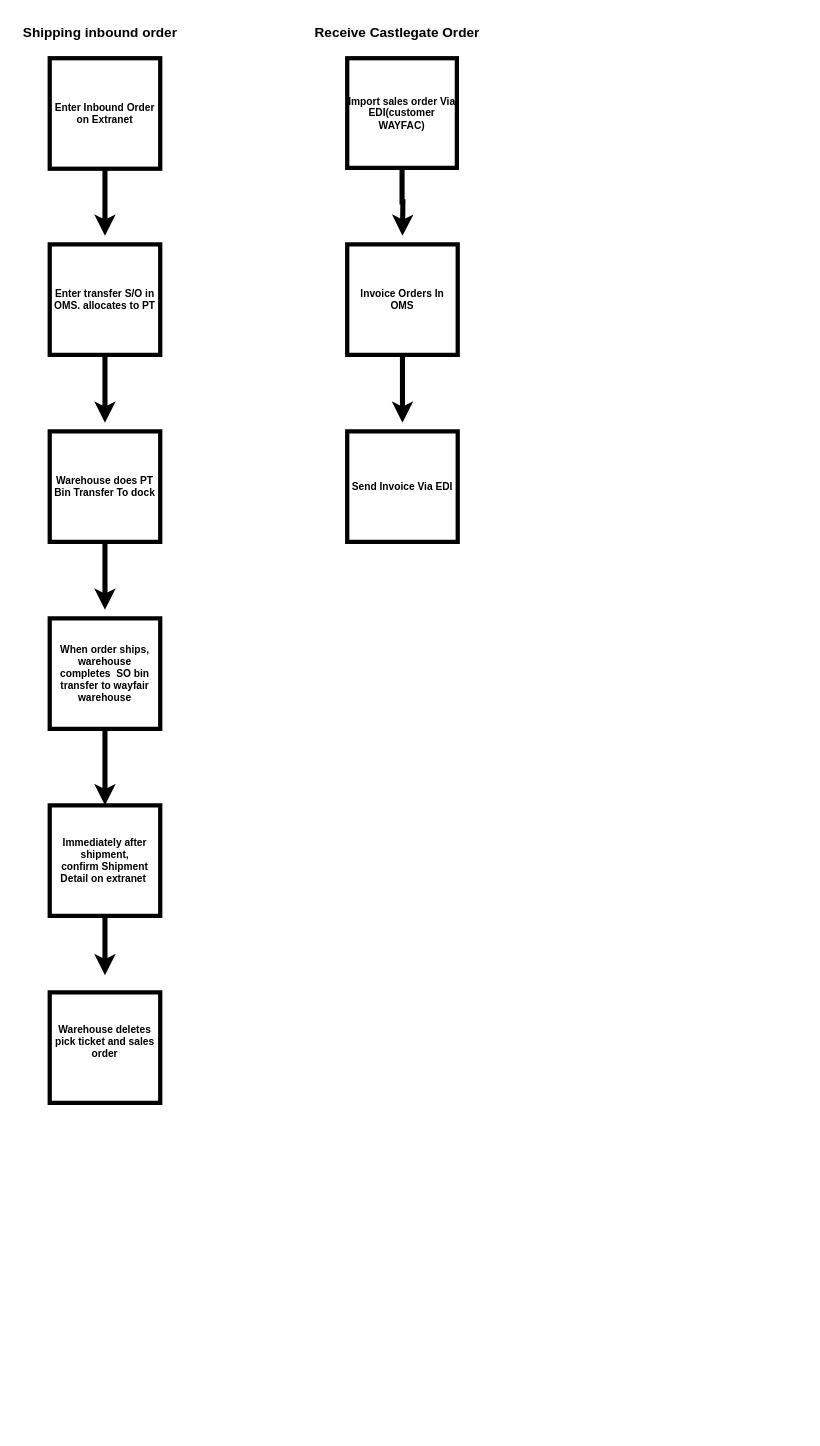
The draw.io diagram Untitled Diagram.drawio in jimenezprogrammer/To-Do-list, before the edit. Source tidied: cells renumbered, new cells numbered last; positions are measured from the earlier drawing's top-left corner, leaving out a move shared by most shapes. Both pictures are drawn from the tidied source at 85%, with x=0, y=0 at pixel (14, 19).
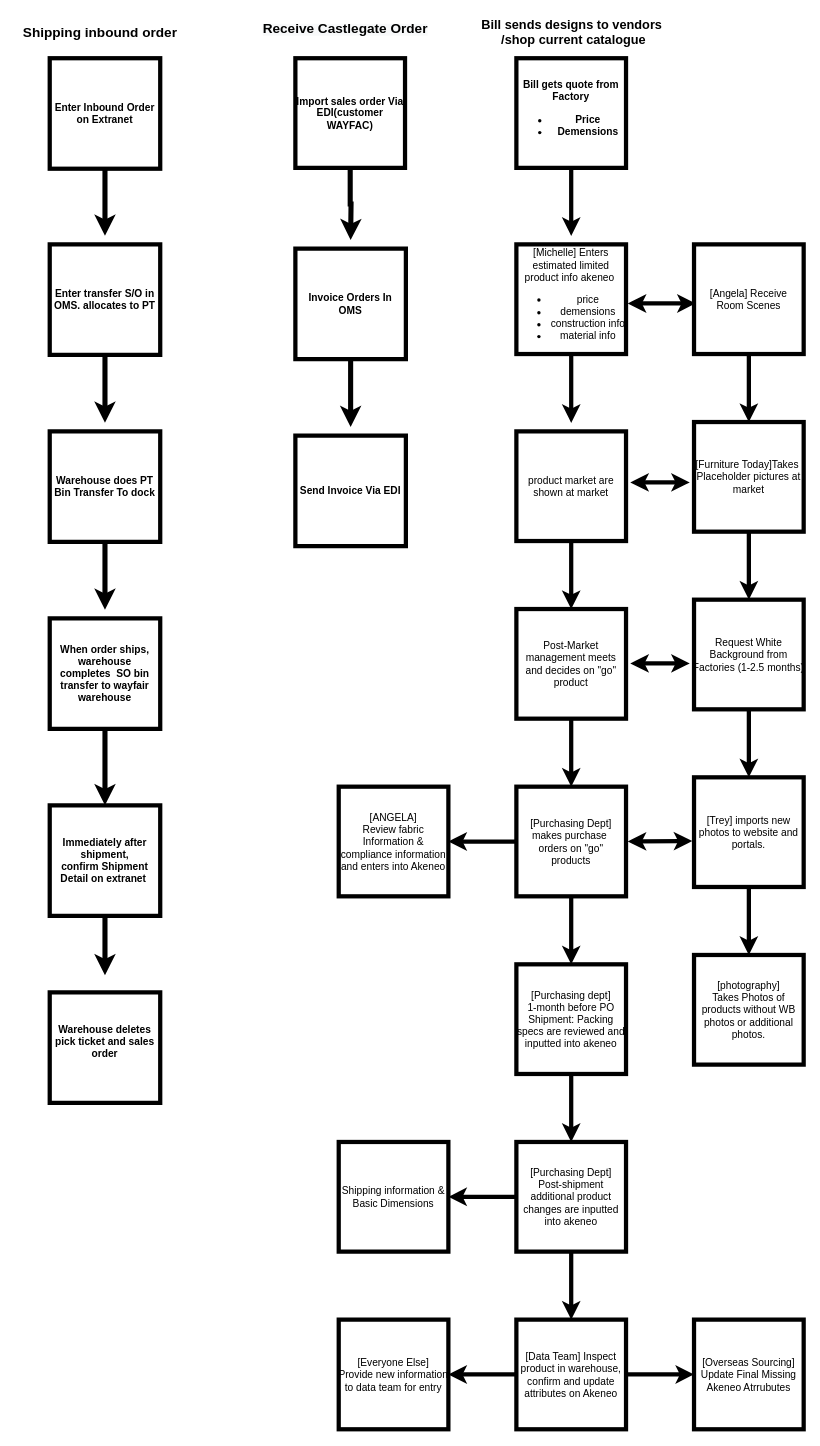
The same diagram, later.

What changed in the source:
```diff
@@
     <mxCell id="5" value="&lt;span style=&quot;text-align: center ; text-indent: 0px ; background-color: rgb(248 , 249 , 250)&quot;&gt;&lt;font&gt;&lt;font face=&quot;helvetica&quot;&gt;&lt;span style=&quot;font-size: 16px&quot;&gt;&lt;b&gt;Receive&lt;/b&gt;&lt;/span&gt;&lt;/font&gt;&lt;b style=&quot;color: rgb(0 , 0 , 0) ; font-family: &amp;#34;helvetica&amp;#34; ; font-size: 16px ; font-style: normal ; letter-spacing: normal ; text-transform: none ; word-spacing: 0px&quot;&gt;&amp;nbsp;&lt;/b&gt;&lt;font face=&quot;helvetica&quot;&gt;&lt;span style=&quot;font-size: 16px&quot;&gt;&lt;b&gt;Castlegate&lt;/b&gt;&lt;/span&gt;&lt;/font&gt;&lt;b style=&quot;color: rgb(0 , 0 , 0) ; font-family: &amp;#34;helvetica&amp;#34; ; font-size: 16px ; font-style: normal ; letter-spacing: normal ; text-transform: none ; word-spacing: 0px&quot;&gt;&amp;nbsp;Order&lt;/b&gt;&lt;/font&gt;&lt;/span&gt;" style="text;whiteSpace=wrap;html=1;" parent="1" vertex="1">
-      <mxGeometry x="351" width="210" height="30" as="geometry" />
+      <mxGeometry x="289.5" y="-5" width="210" height="30" as="geometry" />
     </mxCell>
     <mxCell id="6" style="edgeStyle=orthogonalEdgeStyle;rounded=0;jettySize=auto;html=1;exitX=0.5;exitY=1;exitDx=0;exitDy=0;strokeWidth=6;" parent="1" edge="1" source="7">
       <mxGeometry relative="1" as="geometry">
-        <mxPoint x="456" y="255" as="targetPoint" />
+        <mxPoint x="395" y="260" as="targetPoint" />
       </mxGeometry>
     </mxCell>
     <mxCell id="7" value="&lt;b&gt;Import sales order Via EDI(customer WAYFAC)&lt;/b&gt;" style="whiteSpace=wrap;html=1;strokeWidth=5;align=center;" parent="1" vertex="1">
-      <mxGeometry x="391" y="46" width="129" height="129" as="geometry" />
+      <mxGeometry x="330" y="46" width="129" height="129" as="geometry" />
     </mxCell>
     <mxCell id="8" style="edgeStyle=orthogonalEdgeStyle;rounded=0;jettySize=auto;html=1;exitX=0.5;exitY=1;exitDx=0;exitDy=0;strokeWidth=6;" parent="1" edge="1" source="9">
       <mxGeometry relative="1" as="geometry">
-        <mxPoint x="456" y="475" as="targetPoint" />
+        <mxPoint x="395" y="480" as="targetPoint" />
       </mxGeometry>
     </mxCell>
     <mxCell id="9" value="&lt;b&gt;Invoice Orders In OMS&lt;/b&gt;" style="whiteSpace=wrap;html=1;strokeWidth=5;" parent="1" vertex="1">
-      <mxGeometry x="391" y="265" width="130" height="130" as="geometry" />
+      <mxGeometry x="330" y="270" width="130" height="130" as="geometry" />
     </mxCell>
@@
     <mxCell id="14" value="&lt;b&gt;Send Invoice Via EDI&lt;/b&gt;" style="whiteSpace=wrap;html=1;strokeWidth=5;" parent="1" vertex="1">
-      <mxGeometry x="391" y="485" width="130" height="130" as="geometry" />
+      <mxGeometry x="330" y="490" width="130" height="130" as="geometry" />
     </mxCell>
@@
+    <mxCell id="20" style="edgeStyle=orthogonalEdgeStyle;rounded=0;jettySize=auto;html=1;jumpSize=6;strokeWidth=5;" parent="1" edge="1" source="21">
+      <mxGeometry relative="1" as="geometry">
+        <mxPoint x="654.5" y="255" as="targetPoint" />
+      </mxGeometry>
+    </mxCell>
+    <mxCell id="21" value="&lt;b&gt;Bill gets quote from Factory&lt;br&gt;&lt;ul&gt;&lt;li&gt;&lt;b&gt;Price&lt;/b&gt;&lt;/li&gt;&lt;li&gt;&lt;b&gt;Demensions&lt;/b&gt;&lt;/li&gt;&lt;/ul&gt;&lt;/b&gt;" style="whiteSpace=wrap;html=1;strokeWidth=5;align=center;spacing=1;" parent="1" vertex="1">
+      <mxGeometry x="590" y="46" width="129" height="129" as="geometry" />
+    </mxCell>
+    <mxCell id="22" value="&lt;b style=&quot;font-size: 15px&quot;&gt;Bill sends designs to vendors&lt;br&gt;&amp;nbsp;/shop&amp;nbsp;current catalogue&lt;/b&gt;" style="text;html=1;align=center;verticalAlign=middle;" parent="1" vertex="1">
+      <mxGeometry x="539.5" y="-5" width="230" height="40" as="geometry" />
+    </mxCell>
+    <mxCell id="23" style="edgeStyle=orthogonalEdgeStyle;rounded=0;jumpSize=6;jettySize=auto;html=1;strokeWidth=5;" parent="1" edge="1" source="24">
+      <mxGeometry relative="1" as="geometry">
+        <mxPoint x="654.5" y="475" as="targetPoint" />
+      </mxGeometry>
+    </mxCell>
+    <mxCell id="24" value="[Michelle] Enters estimated limited product info akeneo&amp;nbsp;&lt;br&gt;&lt;ul&gt;&lt;li&gt;price&lt;/li&gt;&lt;li&gt;demensions&lt;/li&gt;&lt;li&gt;construction info&lt;/li&gt;&lt;li&gt;material info&lt;/li&gt;&lt;/ul&gt;" style="html=1;strokeWidth=5;align=center;labelPosition=center;verticalLabelPosition=middle;verticalAlign=middle;whiteSpace=wrap;spacing=0;" parent="1" vertex="1">
+      <mxGeometry x="590" y="265" width="129" height="129" as="geometry" />
+    </mxCell>
+    <mxCell id="25" style="edgeStyle=orthogonalEdgeStyle;rounded=0;jumpSize=6;jettySize=auto;html=1;strokeWidth=5;" parent="1" edge="1" source="26" target="28">
+      <mxGeometry relative="1" as="geometry" />
+    </mxCell>
+    <mxCell id="26" value="product market are shown at market" style="whiteSpace=wrap;html=1;strokeWidth=5;align=center;spacing=1;" parent="1" vertex="1">
+      <mxGeometry x="590" y="485" width="129" height="129" as="geometry" />
+    </mxCell>
+    <mxCell id="27" style="edgeStyle=orthogonalEdgeStyle;rounded=0;jumpSize=6;jettySize=auto;html=1;strokeWidth=5;" parent="1" edge="1" source="28" target="31">
+      <mxGeometry relative="1" as="geometry" />
+    </mxCell>
+    <mxCell id="28" value="Post-Market management meets and decides on &quot;go&quot; product" style="whiteSpace=wrap;html=1;strokeWidth=5;align=center;spacing=1;" parent="1" vertex="1">
+      <mxGeometry x="590" y="694" width="129" height="129" as="geometry" />
+    </mxCell>
+    <mxCell id="29" style="edgeStyle=orthogonalEdgeStyle;rounded=0;jumpSize=6;jettySize=auto;html=1;strokeWidth=5;" parent="1" edge="1" source="31" target="33">
+      <mxGeometry relative="1" as="geometry" />
+    </mxCell>
+    <mxCell id="30" style="edgeStyle=orthogonalEdgeStyle;rounded=0;jumpSize=6;jettySize=auto;html=1;strokeWidth=5;" parent="1" edge="1" source="31" target="34">
+      <mxGeometry relative="1" as="geometry" />
+    </mxCell>
+    <mxCell id="31" value="[Purchasing Dept]&lt;br&gt;makes purchase&amp;nbsp;&lt;br&gt;orders on &quot;go&quot;&lt;br&gt;products" style="whiteSpace=wrap;html=1;strokeWidth=5;align=center;spacing=1;" parent="1" vertex="1">
+      <mxGeometry x="590" y="903" width="129" height="129" as="geometry" />
+    </mxCell>
+    <mxCell id="32" style="edgeStyle=orthogonalEdgeStyle;rounded=0;jumpSize=6;jettySize=auto;html=1;strokeWidth=5;" parent="1" edge="1" source="33" target="45">
+      <mxGeometry relative="1" as="geometry" />
+    </mxCell>
+    <mxCell id="33" value="[Purchasing dept]&lt;br&gt;1-month before PO&lt;br&gt;Shipment: Packing specs are reviewed and inputted into akeneo" style="whiteSpace=wrap;html=1;strokeWidth=5;align=center;spacing=1;" parent="1" vertex="1">
+      <mxGeometry x="590" y="1112" width="129" height="129" as="geometry" />
+    </mxCell>
+    <mxCell id="34" value="[ANGELA]&lt;br&gt;Review fabric Information &amp;amp; compliance information and enters into Akeneo" style="whiteSpace=wrap;html=1;strokeWidth=5;align=center;spacing=1;" parent="1" vertex="1">
+      <mxGeometry x="381" y="903" width="129" height="129" as="geometry" />
+    </mxCell>
+    <mxCell id="35" style="edgeStyle=orthogonalEdgeStyle;rounded=0;jumpSize=6;jettySize=auto;html=1;strokeWidth=5;" parent="1" edge="1" source="36" target="38">
+      <mxGeometry relative="1" as="geometry" />
+    </mxCell>
+    <mxCell id="36" value="[Angela] Receive&lt;br&gt;Room Scenes" style="html=1;strokeWidth=5;align=center;labelPosition=center;verticalLabelPosition=middle;verticalAlign=middle;whiteSpace=wrap;spacing=0;" parent="1" vertex="1">
+      <mxGeometry x="799" y="265" width="129" height="129" as="geometry" />
+    </mxCell>
+    <mxCell id="37" style="edgeStyle=orthogonalEdgeStyle;rounded=0;jumpSize=6;jettySize=auto;html=1;strokeWidth=5;" parent="1" edge="1" source="38" target="40">
+      <mxGeometry relative="1" as="geometry" />
+    </mxCell>
+    <mxCell id="38" value="[Furniture Today]Takes&amp;nbsp;&lt;br&gt;Placeholder pictures at market" style="html=1;strokeWidth=5;align=center;labelPosition=center;verticalLabelPosition=middle;verticalAlign=middle;whiteSpace=wrap;spacing=0;" parent="1" vertex="1">
+      <mxGeometry x="799" y="474" width="129" height="129" as="geometry" />
+    </mxCell>
+    <mxCell id="39" style="edgeStyle=orthogonalEdgeStyle;rounded=0;jumpSize=6;jettySize=auto;html=1;strokeWidth=5;" parent="1" edge="1" source="40" target="42">
+      <mxGeometry relative="1" as="geometry" />
+    </mxCell>
+    <mxCell id="40" value="Request White Background from Factories (1-2.5 months)" style="html=1;strokeWidth=5;align=center;labelPosition=center;verticalLabelPosition=middle;verticalAlign=middle;whiteSpace=wrap;spacing=0;" parent="1" vertex="1">
+      <mxGeometry x="799" y="683" width="129" height="129" as="geometry" />
+    </mxCell>
+    <mxCell id="41" style="edgeStyle=orthogonalEdgeStyle;rounded=0;jumpSize=6;jettySize=auto;html=1;strokeWidth=5;" parent="1" edge="1" source="42" target="49">
+      <mxGeometry relative="1" as="geometry" />
+    </mxCell>
+    <mxCell id="42" value="[Trey] imports new photos to website and portals." style="html=1;strokeWidth=5;align=center;labelPosition=center;verticalLabelPosition=middle;verticalAlign=middle;whiteSpace=wrap;spacing=0;" parent="1" vertex="1">
+      <mxGeometry x="799" y="892" width="129" height="129" as="geometry" />
+    </mxCell>
+    <mxCell id="43" style="edgeStyle=orthogonalEdgeStyle;rounded=0;jumpSize=6;jettySize=auto;html=1;strokeWidth=5;" parent="1" edge="1" source="45" target="48">
+      <mxGeometry relative="1" as="geometry" />
+    </mxCell>
+    <mxCell id="44" style="edgeStyle=orthogonalEdgeStyle;rounded=0;jumpSize=6;jettySize=auto;html=1;strokeWidth=5;" parent="1" edge="1" source="45" target="52">
+      <mxGeometry relative="1" as="geometry" />
+    </mxCell>
+    <mxCell id="45" value="[Purchasing Dept]&lt;br&gt;Post-shipment additional product changes are inputted into akeneo" style="whiteSpace=wrap;html=1;strokeWidth=5;align=center;spacing=1;" parent="1" vertex="1">
+      <mxGeometry x="590" y="1321" width="129" height="129" as="geometry" />
+    </mxCell>
+    <mxCell id="46" style="edgeStyle=orthogonalEdgeStyle;rounded=0;jumpSize=6;jettySize=auto;html=1;strokeWidth=5;" parent="1" edge="1" source="48" target="50">
+      <mxGeometry relative="1" as="geometry" />
+    </mxCell>
+    <mxCell id="47" style="edgeStyle=orthogonalEdgeStyle;rounded=0;jumpSize=6;jettySize=auto;html=1;strokeWidth=5;" parent="1" edge="1" source="48" target="51">
+      <mxGeometry relative="1" as="geometry" />
+    </mxCell>
+    <mxCell id="48" value="[Data Team] Inspect product in warehouse, confirm and update attributes on Akeneo" style="whiteSpace=wrap;html=1;strokeWidth=5;align=center;spacing=1;" parent="1" vertex="1">
+      <mxGeometry x="590" y="1530" width="129" height="129" as="geometry" />
+    </mxCell>
+    <mxCell id="49" value="[photography]&lt;br&gt;Takes Photos of products without WB photos or additional photos." style="html=1;strokeWidth=5;align=center;labelPosition=center;verticalLabelPosition=middle;verticalAlign=middle;whiteSpace=wrap;spacing=0;" parent="1" vertex="1">
+      <mxGeometry x="799" y="1101" width="129" height="129" as="geometry" />
+    </mxCell>
+    <mxCell id="50" value="[Everyone Else]&lt;br&gt;Provide new information to data team for entry" style="whiteSpace=wrap;html=1;strokeWidth=5;align=center;spacing=1;" parent="1" vertex="1">
+      <mxGeometry x="381" y="1530" width="129" height="129" as="geometry" />
+    </mxCell>
+    <mxCell id="51" value="[Overseas Sourcing]&lt;br&gt;Update Final Missing Akeneo Atrrubutes" style="whiteSpace=wrap;html=1;strokeWidth=5;align=center;spacing=1;" parent="1" vertex="1">
+      <mxGeometry x="799" y="1530" width="129" height="129" as="geometry" />
+    </mxCell>
+    <mxCell id="52" value="Shipping information &amp;amp; Basic Dimensions" style="whiteSpace=wrap;html=1;strokeWidth=5;align=center;spacing=1;" parent="1" vertex="1">
+      <mxGeometry x="381" y="1321" width="129" height="129" as="geometry" />
+    </mxCell>
+    <mxCell id="53" style="endArrow=classic;startArrow=classic;html=1;strokeWidth=5;exitX=1;exitY=0.5;exitDx=0;exitDy=0;entryX=-0.016;entryY=0.581;entryDx=0;entryDy=0;entryPerimeter=0;" parent="1" edge="1" target="42">
+      <mxGeometry relative="1" as="geometry">
+        <mxPoint x="721" y="967.5" as="sourcePoint" />
+      </mxGeometry>
+    </mxCell>
+    <mxCell id="54" style="endArrow=classic;startArrow=classic;html=1;strokeWidth=5;" parent="1" edge="1">
+      <mxGeometry relative="1" as="geometry">
+        <mxPoint x="724" y="758" as="sourcePoint" />
+        <mxPoint x="794" y="758" as="targetPoint" />
+      </mxGeometry>
+    </mxCell>
+    <mxCell id="55" style="endArrow=classic;startArrow=classic;html=1;strokeWidth=5;" parent="1" edge="1">
+      <mxGeometry relative="1" as="geometry">
+        <mxPoint x="724" y="545" as="sourcePoint" />
+        <mxPoint x="794" y="545" as="targetPoint" />
+      </mxGeometry>
+    </mxCell>
+    <mxCell id="56" style="endArrow=classic;startArrow=classic;html=1;strokeWidth=5;entryX=0.085;entryY=0.539;entryDx=0;entryDy=0;entryPerimeter=0;" parent="1" edge="1">
+      <mxGeometry relative="1" as="geometry">
+        <mxPoint x="721" y="334.5" as="sourcePoint" />
+        <mxPoint x="801" y="334.5" as="targetPoint" />
+      </mxGeometry>
+    </mxCell>
```
